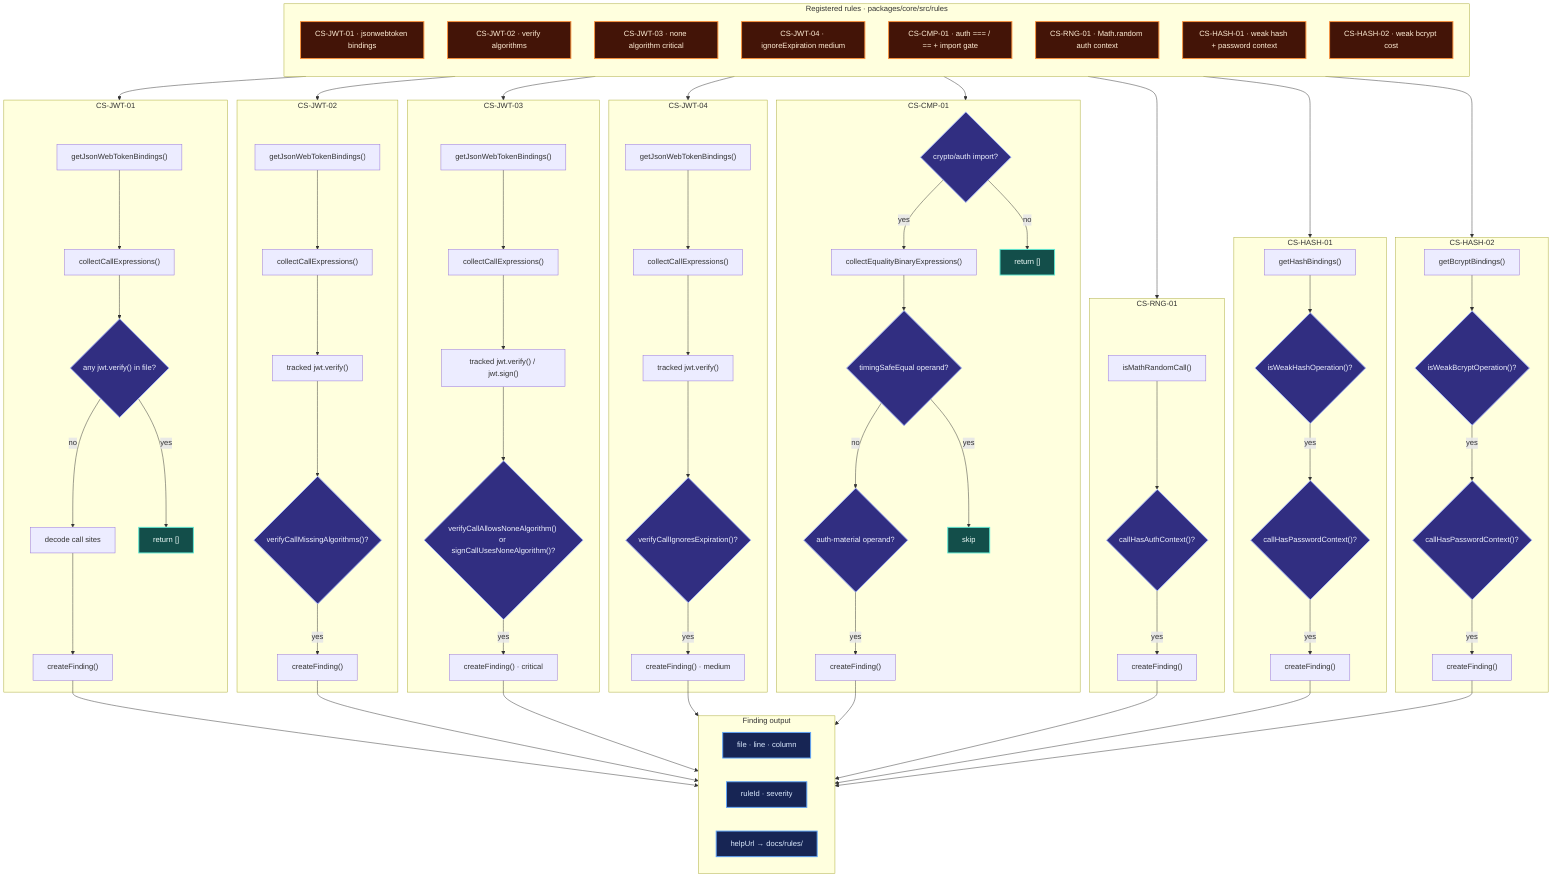
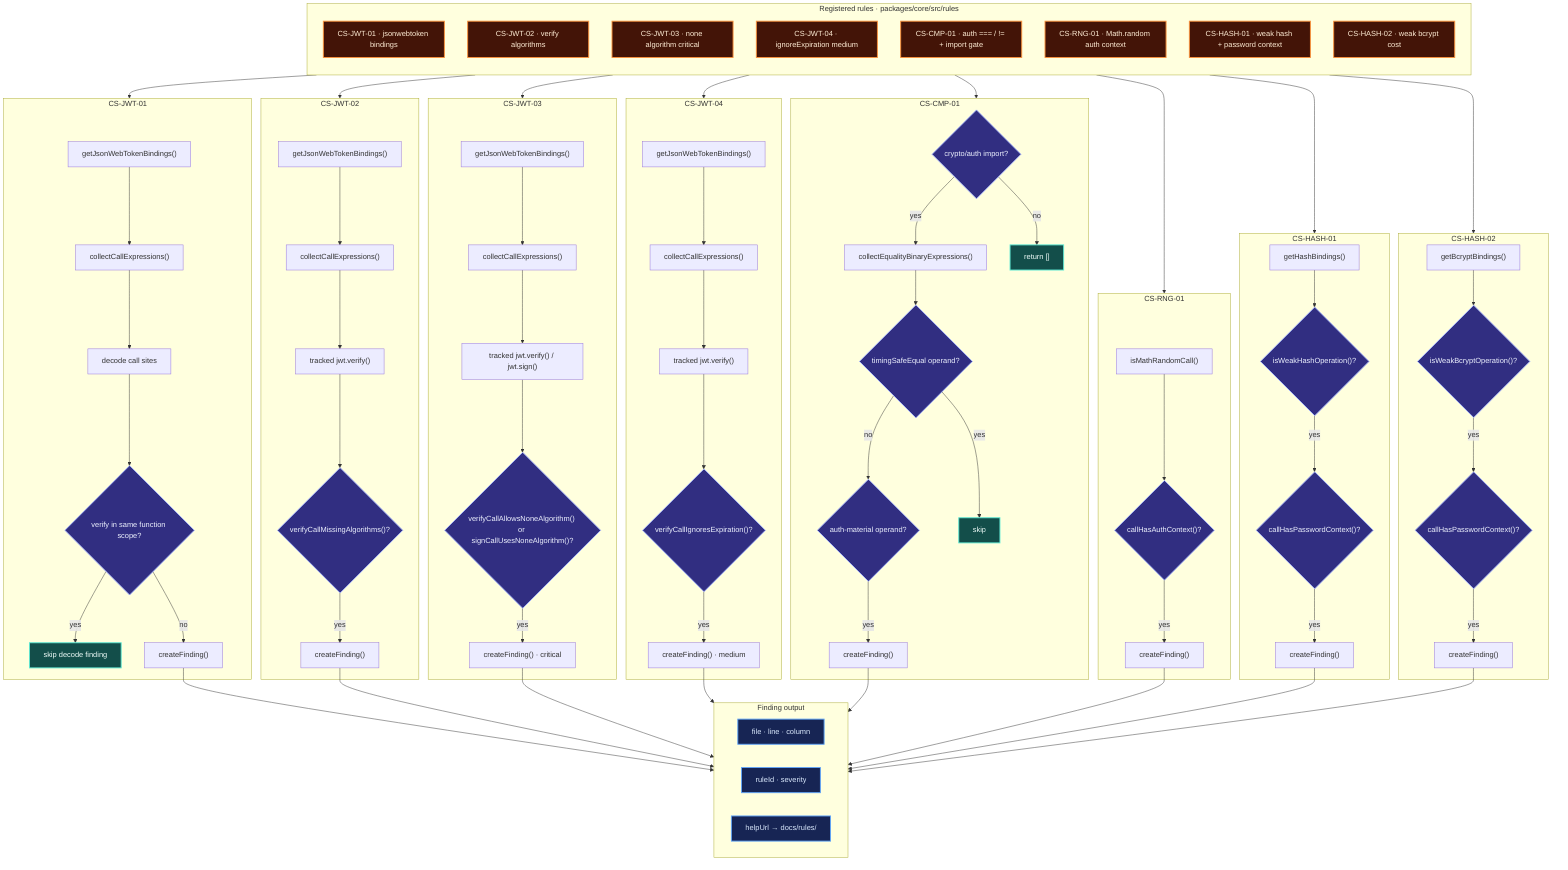
flowchart TB
	subgraph RULES["Registered rules · packages/core/src/rules"]
		direction TB
		JWT["CS-JWT-01 · jsonwebtoken bindings"]
		JWT2["CS-JWT-02 · verify algorithms"]
		JWT3["CS-JWT-03 · none algorithm critical"]
		JWT4["CS-JWT-04 · ignoreExpiration medium"]
- 		CMP["CS-CMP-01 · auth === / == + import gate"]
+ 		CMP["CS-CMP-01 · auth === / != + import gate"]
		RNG["CS-RNG-01 · Math.random auth context"]
		HASH["CS-HASH-01 · weak hash + password context"]
		HASH2["CS-HASH-02 · weak bcrypt cost"]
	end

	subgraph JWT_FLOW["CS-JWT-01"]
		BIND["getJsonWebTokenBindings()"]
		WALK["collectCallExpressions()"]
- 		VERIFY{"any jwt.verify() in file?"}
+ 		VERIFY{"verify in same function scope?"}
		DECODE["decode call sites"]
- 		BIND --> WALK --> VERIFY
- 		VERIFY -->|yes| JCLEAN["return []"]
- 		VERIFY -->|no| DECODE --> JFIND["createFinding()"]
+ 		BIND --> WALK --> DECODE --> VERIFY
+ 		VERIFY -->|yes| JCLEAN["skip decode finding"]
+ 		VERIFY -->|no| JFIND["createFinding()"]
	end

	subgraph JWT2_FLOW["CS-JWT-02"]
		BIND2["getJsonWebTokenBindings()"]
		WALK2["collectCallExpressions()"]
		VMATCH["tracked jwt.verify()"]
		VALG{"verifyCallMissingAlgorithms()?"}
		BIND2 --> WALK2 --> VMATCH --> VALG
		VALG -->|yes| J2FIND["createFinding()"]
	end

	subgraph JWT3_FLOW["CS-JWT-03"]
		BIND3["getJsonWebTokenBindings()"]
		WALK3["collectCallExpressions()"]
		VSMATCH["tracked jwt.verify() / jwt.sign()"]
		VNONE{"verifyCallAllowsNoneAlgorithm() or signCallUsesNoneAlgorithm()?"}
		BIND3 --> WALK3 --> VSMATCH --> VNONE
		VNONE -->|yes| J3FIND["createFinding() · critical"]
	end

	subgraph JWT4_FLOW["CS-JWT-04"]
		BIND4["getJsonWebTokenBindings()"]
		WALK4["collectCallExpressions()"]
		VMATCH4["tracked jwt.verify()"]
		VEXP{"verifyCallIgnoresExpiration()?"}
		BIND4 --> WALK4 --> VMATCH4 --> VEXP
		VEXP -->|yes| J4FIND["createFinding() · medium"]
	end

	subgraph CMP_FLOW["CS-CMP-01"]
		GATE{"crypto/auth import?"}
		BIN["collectEqualityBinaryExpressions()"]
		AUTH{"auth-material operand?"}
		SAFE{"timingSafeEqual operand?"}
		GATE -->|no| CCLEAN["return []"]
		GATE -->|yes| BIN --> SAFE
		SAFE -->|yes| CSKIP["skip"]
		SAFE -->|no| AUTH -->|yes| CFIND["createFinding()"]
	end

	subgraph RNG_FLOW["CS-RNG-01"]
		MR["isMathRandomCall()"]
		CTX{"callHasAuthContext()?"}
		MR --> CTX
		CTX -->|yes| RFIND["createFinding()"]
	end

	subgraph HASH_FLOW["CS-HASH-01"]
		HBIND["getHashBindings()"]
		WEAK{"isWeakHashOperation()?"}
		PWD{"callHasPasswordContext()?"}
		HBIND --> WEAK
		WEAK -->|yes| PWD
		PWD -->|yes| HFIND["createFinding()"]
	end

	subgraph HASH2_FLOW["CS-HASH-02"]
		BBIND["getBcryptBindings()"]
		COST{"isWeakBcryptOperation()?"}
		PWD2{"callHasPasswordContext()?"}
		BBIND --> COST
		COST -->|yes| PWD2
		PWD2 -->|yes| H2FIND["createFinding()"]
	end

	subgraph REPORT["Finding output"]
		direction LR
		LOC["file · line · column"]
		MSG["ruleId · severity"]
		DOC["helpUrl → docs/rules/"]
	end

	JWT --> JWT_FLOW
	JWT2 --> JWT2_FLOW
	JWT3 --> JWT3_FLOW
	JWT4 --> JWT4_FLOW
	CMP --> CMP_FLOW
	RNG --> RNG_FLOW
	HASH --> HASH_FLOW
	HASH2 --> HASH2_FLOW
	JFIND --> REPORT
	J2FIND --> REPORT
	J3FIND --> REPORT
	J4FIND --> REPORT
	CFIND --> REPORT
	RFIND --> REPORT
	HFIND --> REPORT
	H2FIND --> REPORT

	classDef rule fill:#431407,stroke:#fb923c,stroke-width:2px,color:#ffedd5
	classDef decision fill:#312e81,stroke:#a5b4fc,stroke-width:2px,color:#eef2ff
	classDef clean fill:#134e4a,stroke:#5eead4,stroke-width:2px,color:#f0fdfa
	classDef report fill:#172554,stroke:#60a5fa,stroke-width:2px,color:#dbeafe

	class JWT,JWT2,JWT3,JWT4,CMP,RNG,HASH,HASH2 rule
	class VERIFY,GATE,AUTH,SAFE,CTX,WEAK,PWD,COST,PWD2,VALG,VNONE,VEXP decision
	class JCLEAN,CCLEAN,CSKIP clean
	class LOC,MSG,DOC report
